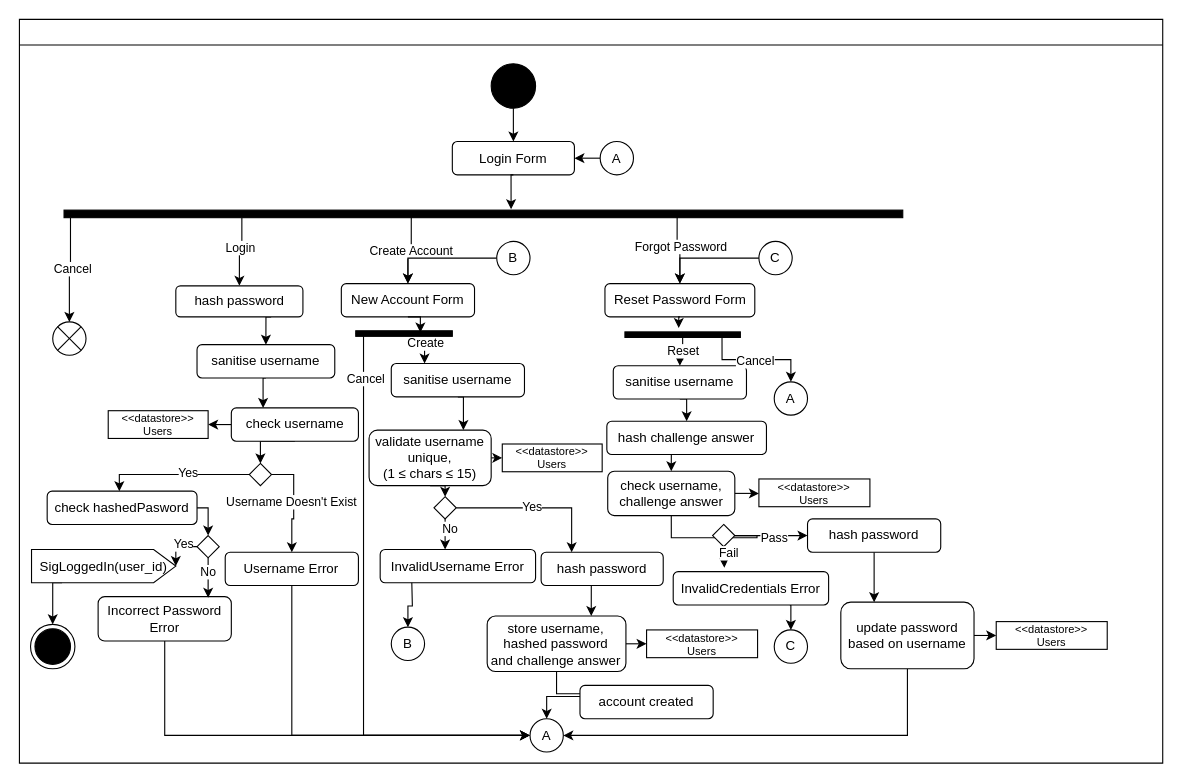
The draw.io diagram Documentation/images/design/Login_System.drawio in JCSnelson/JSnelson-NEA, before the edit. Source tidied: cells renumbered, new cells numbered last; positions are measured from the earlier drawing's top-left corner, leaving out a move shared by most shapes. Both pictures are drawn from the tidied source at 111%, with x=0, y=0 at pixel (19, -206).
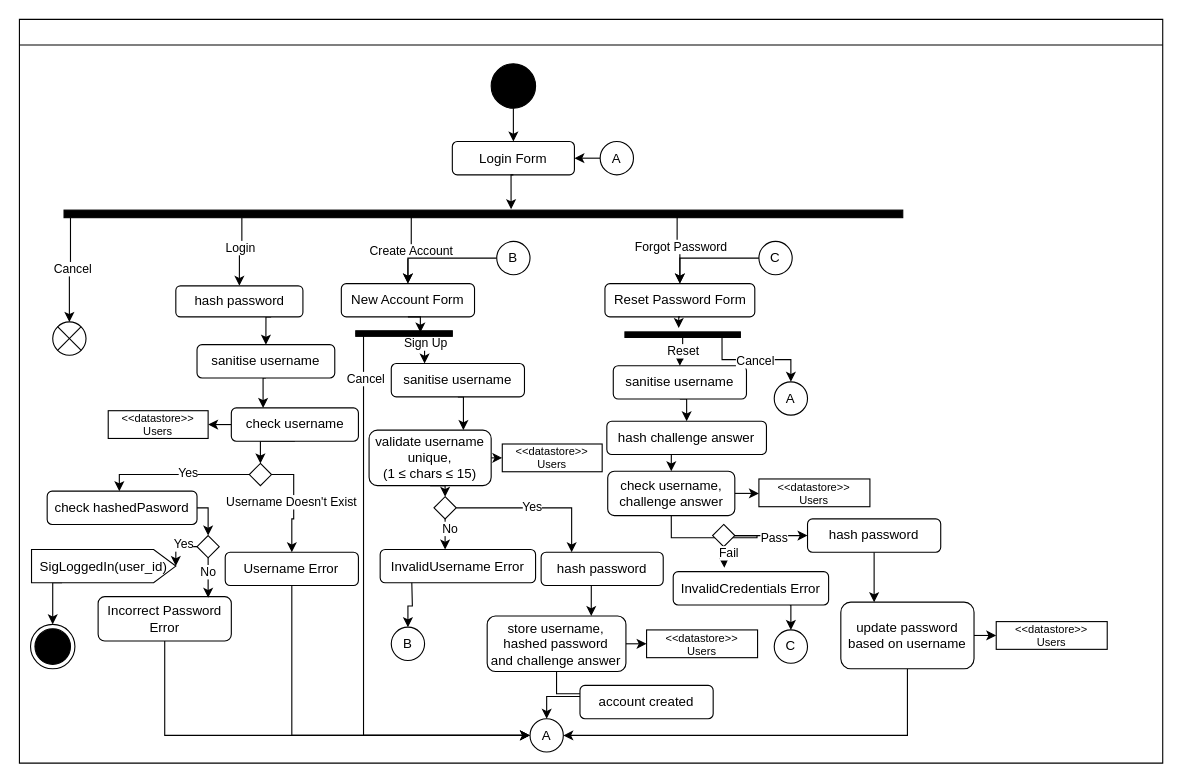
Above is the later version.

Unchanged cells that the change refers to:
```xml
<mxCell id="33" style="edgeStyle=orthogonalEdgeStyle;rounded=0;jettySize=auto;html=1;exitX=1.5;exitY=0.18;exitDx=0;exitDy=0;entryX=0.25;entryY=0;entryDx=0;entryDy=0;exitPerimeter=0;" parent="2" edge="1" source="99" target="32">
  <mxGeometry relative="1" as="geometry" />
</mxCell>
```

What changed in the source:
```diff
@@
-    <mxCell id="34" value="Create" style="edgeLabel;html=1;align=center;verticalAlign=middle;" parent="33" vertex="1">
+    <mxCell id="34" value="Sign Up" style="edgeLabel;html=1;align=center;verticalAlign=middle;" parent="33" vertex="1">
       <mxGeometry x="-0.19" relative="1" as="geometry" />
     </mxCell>
```
